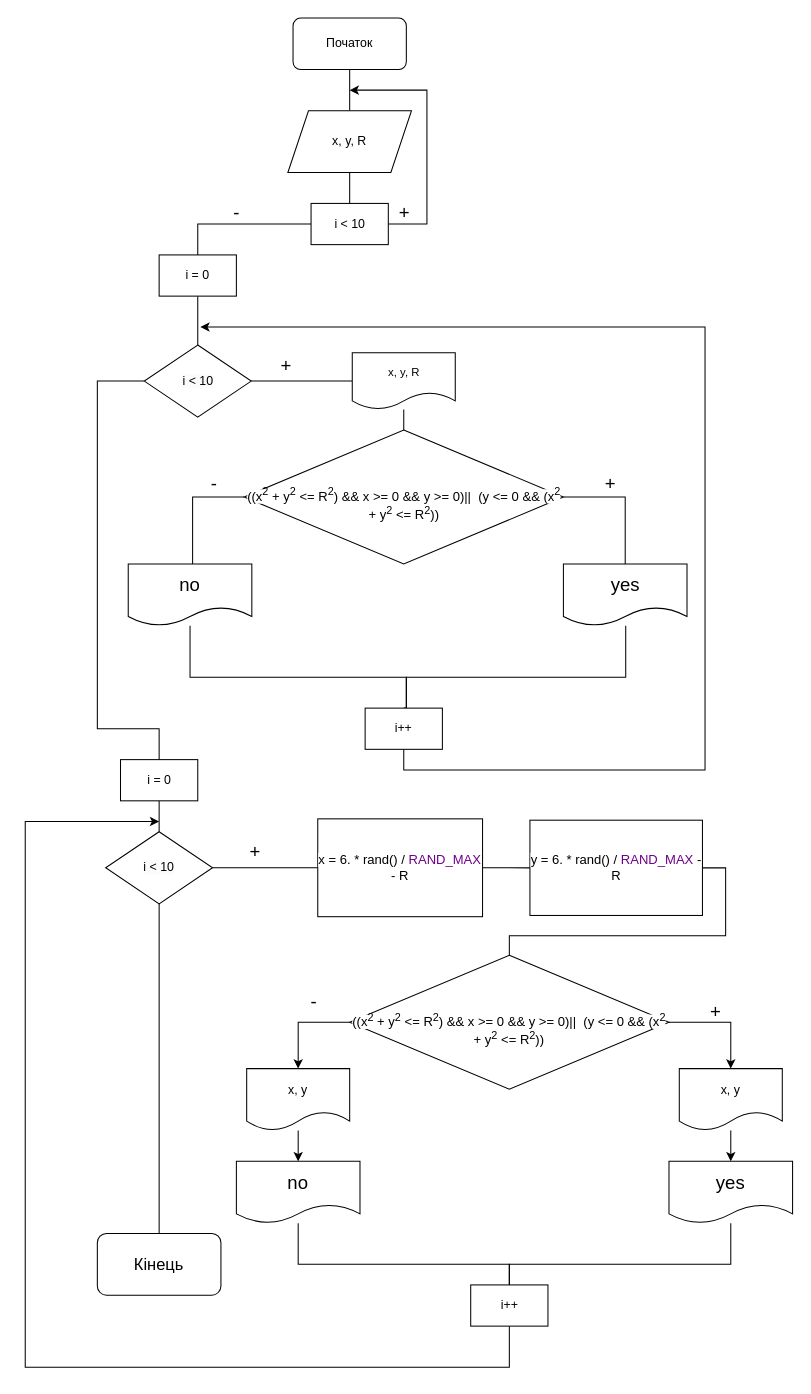
Before: PR-4.5.drawio in Slava-v-Ukraini/lab-4.5, a draw.io diagram. Source tidied: cells renumbered, new cells numbered last; positions are measured from the earlier drawing's top-left corner, leaving out a move shared by most shapes. Both pictures are drawn from the tidied source at 103%, with x=0, y=0 at pixel (25, 18).
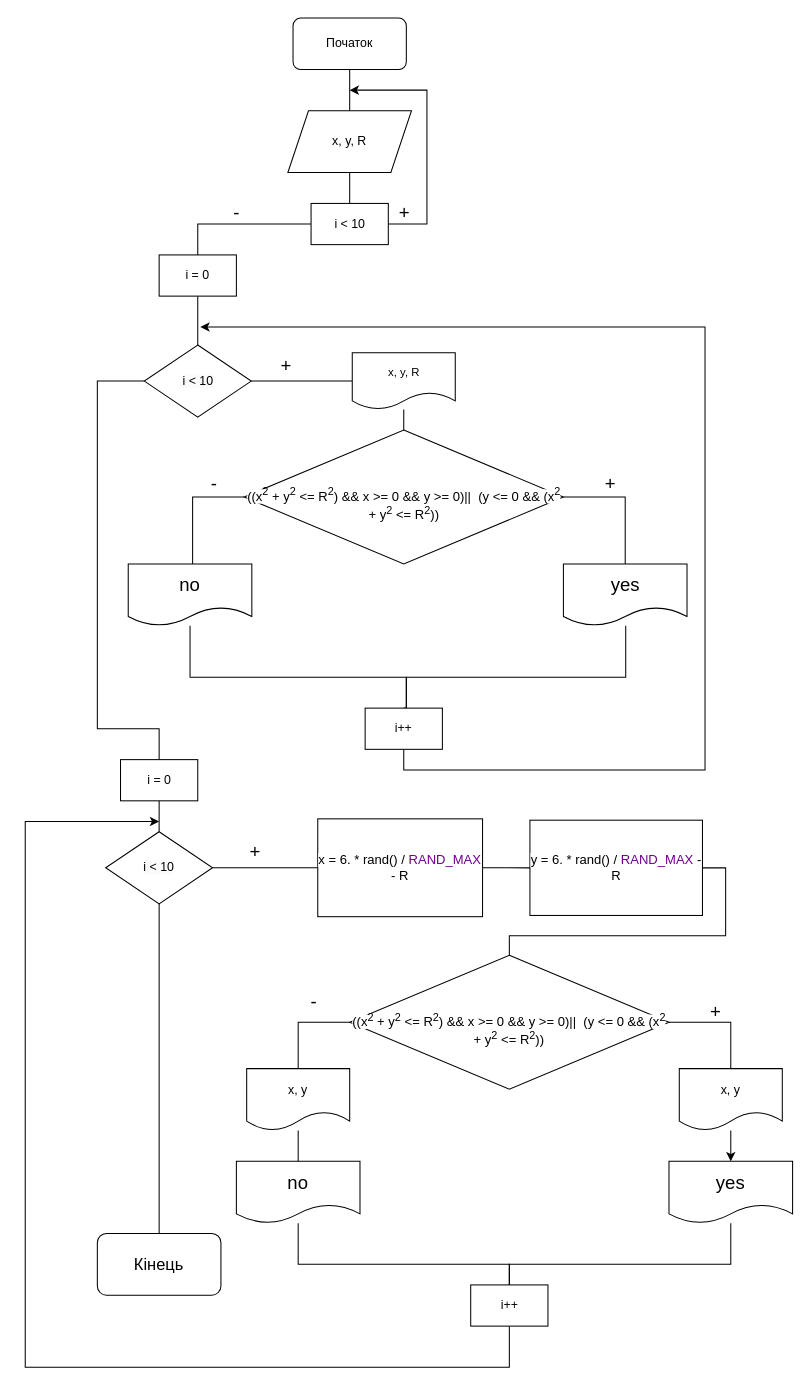
The same page after the edit.

The change refers to these unchanged cells:
```xml
<mxCell id="42" value="&lt;p style=&quot;margin-bottom:0cm;line-height:normal;mso-layout-grid-align:&lt;br/&gt;none;text-autospace:none&quot; class=&quot;MsoNormal&quot;&gt;&lt;span style=&quot;font-size: 9.5pt; font-family: &amp;quot;Cascadia Mono&amp;quot;; background: white;&quot;&gt;((x&lt;sup&gt;2&lt;/sup&gt; + y&lt;sup&gt;2&lt;/sup&gt; &amp;lt;= R&lt;sup&gt;2&lt;/sup&gt;) &amp;amp;&amp;amp; x &amp;gt;= 0 &amp;amp;&amp;amp; y &amp;gt;= 0)&lt;/span&gt;&lt;span style=&quot;background-color: white; font-family: &amp;quot;Cascadia Mono&amp;quot;; font-size: 9.5pt;&quot;&gt;||&amp;nbsp; (y &amp;lt;= 0 &amp;amp;&amp;amp; (x&lt;sup&gt;2&lt;/sup&gt; + y&lt;sup&gt;2&lt;/sup&gt; &amp;lt;= R&lt;sup&gt;2&lt;/sup&gt;))&lt;/span&gt;&lt;/p&gt;" style="rhombus;whiteSpace=wrap;html=1;" parent="1" vertex="1">
  <mxGeometry x="315" y="910" width="310" height="130" as="geometry" />
</mxCell>
<mxCell id="44" value="no" style="shape=document;whiteSpace=wrap;html=1;boundedLbl=1;fontSize=18;" parent="1" vertex="1">
  <mxGeometry x="205" y="1110" width="120" height="60" as="geometry" />
</mxCell>
<mxCell id="50" value="x, y" style="shape=document;whiteSpace=wrap;html=1;boundedLbl=1;" parent="1" vertex="1">
  <mxGeometry x="215" y="1020" width="100" height="60" as="geometry" />
</mxCell>
<mxCell id="52" value="x, y" style="shape=document;whiteSpace=wrap;html=1;boundedLbl=1;" parent="1" vertex="1">
  <mxGeometry x="635" y="1020" width="100" height="60" as="geometry" />
</mxCell>
```

The edit, as a diff of the source:
```diff
@@
-    <mxCell id="40" style="edgeStyle=orthogonalEdgeStyle;rounded=0;jettySize=auto;html=1;entryX=0.5;entryY=0;entryDx=0;entryDy=0;" parent="1" edge="1" source="42" target="50">
+    <mxCell id="40" style="edgeStyle=orthogonalEdgeStyle;rounded=0;jettySize=auto;html=1;entryX=0.5;entryY=0;entryDx=0;entryDy=0;endArrow=none;endFill=0;" parent="1" edge="1" source="42" target="50">
       <mxGeometry relative="1" as="geometry">
         <Array as="points">
           <mxPoint x="265" y="975" />
         </Array>
       </mxGeometry>
     </mxCell>
-    <mxCell id="41" style="edgeStyle=orthogonalEdgeStyle;rounded=0;jettySize=auto;html=1;entryX=0.5;entryY=0;entryDx=0;entryDy=0;" parent="1" edge="1" source="42" target="52">
+    <mxCell id="41" style="edgeStyle=orthogonalEdgeStyle;rounded=0;jettySize=auto;html=1;entryX=0.5;entryY=0;entryDx=0;entryDy=0;endArrow=none;endFill=0;" parent="1" edge="1" source="42" target="52">
       <mxGeometry relative="1" as="geometry">
         <Array as="points">
           <mxPoint x="685" y="975" />
         </Array>
       </mxGeometry>
     </mxCell>
@@
-    <mxCell id="49" style="edgeStyle=orthogonalEdgeStyle;rounded=0;jettySize=auto;html=1;" parent="1" edge="1" source="50" target="44">
+    <mxCell id="49" style="edgeStyle=orthogonalEdgeStyle;rounded=0;jettySize=auto;html=1;endArrow=none;endFill=0;" parent="1" edge="1" source="50" target="44">
       <mxGeometry relative="1" as="geometry" />
     </mxCell>
```
